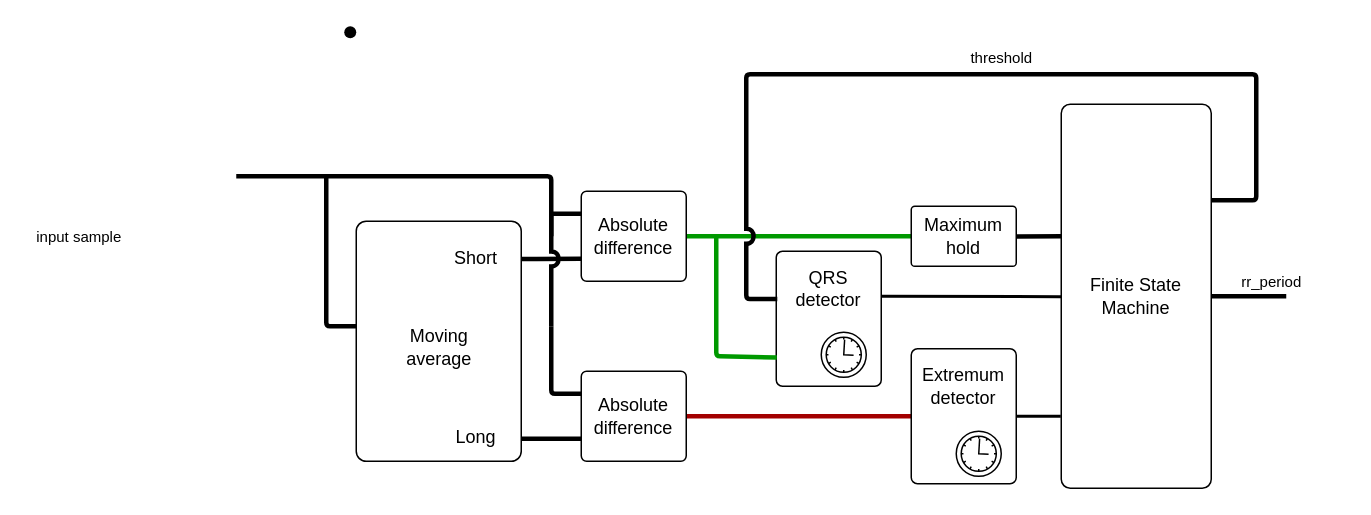
Before: doc/drawio_diagrams/RPD_algorithm.drawio in jmat97/RPD22, a draw.io diagram. Source tidied: cells renumbered, new cells numbered last; positions are measured from the earlier drawing's top-left corner, leaving out a move shared by most shapes. Both pictures are drawn from the tidied source at 150%, with x=0, y=0 at pixel (26, 26).
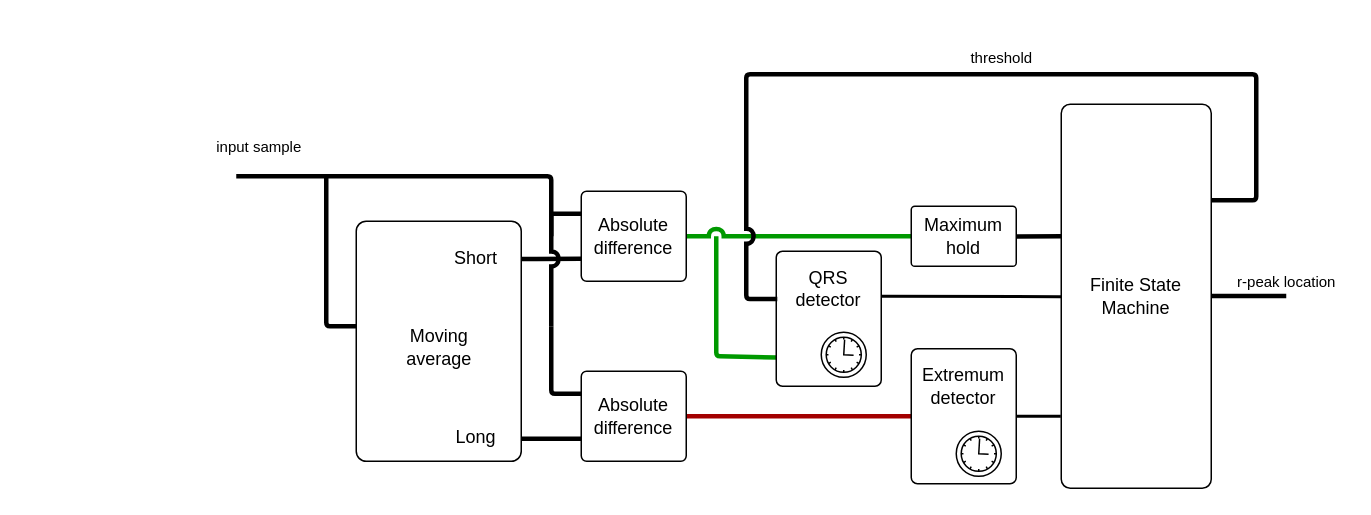
After the change.

Unchanged cells that the change refers to:
```xml
<mxCell id="12" value="QRS detector" style="rounded=1;whiteSpace=wrap;html=1;spacingBottom=40;arcSize=6;" parent="1" vertex="1">
  <mxGeometry x="500" y="150" width="70" height="90" as="geometry" />
</mxCell>
```

Diff of the diagram source:
```diff
@@
+    <mxCell id="25" style="endArrow=none;html=1;strokeWidth=3;rounded=1;exitX=0.005;exitY=0.787;exitDx=0;exitDy=0;exitPerimeter=0;strokeColor=#009900;arcSize=5;" parent="1" edge="1" source="12">
+      <mxGeometry relative="1" as="geometry">
+        <mxPoint x="460" y="140" as="targetPoint" />
+        <Array as="points">
+          <mxPoint x="460" y="220" />
+        </Array>
+      </mxGeometry>
+    </mxCell>
@@
-    <mxCell id="18" style="endArrow=none;html=1;strokeWidth=3;arcSize=5;" parent="1" edge="1">
+    <mxCell id="18" style="endArrow=none;html=1;strokeWidth=3;arcSize=5;startArrow=none;startFill=0;" parent="1" edge="1">
       <mxGeometry relative="1" as="geometry">
         <mxPoint x="140" y="100" as="sourcePoint" />
         <mxPoint x="350" y="140" as="targetPoint" />
         <Array as="points">
           <mxPoint x="350" y="100" />
         </Array>
       </mxGeometry>
     </mxCell>
-    <mxCell id="19" style="ellipse;whiteSpace=wrap;html=1;strokeColor=none;fillColor=#000000;" parent="1" vertex="1">
-      <mxGeometry x="212" width="8" height="8" as="geometry" />
-    </mxCell>
@@
-    <mxCell id="25" style="endArrow=none;html=1;strokeWidth=3;rounded=1;exitX=0.005;exitY=0.787;exitDx=0;exitDy=0;exitPerimeter=0;strokeColor=#009900;arcSize=5;" parent="1" edge="1" source="12">
-      <mxGeometry relative="1" as="geometry">
-        <mxPoint x="460" y="140" as="targetPoint" />
-        <Array as="points">
-          <mxPoint x="460" y="220" />
-        </Array>
-      </mxGeometry>
-    </mxCell>
     <mxCell id="26" style="endArrow=none;html=1;strokeWidth=3;" parent="1" edge="1">
       <mxGeometry relative="1" as="geometry">
-        <mxPoint x="790" y="180" as="sourcePoint" />
-        <mxPoint x="840" y="180" as="targetPoint" />
+        <mxPoint x="790" y="179.8" as="sourcePoint" />
+        <mxPoint x="840" y="179.8" as="targetPoint" />
+        <Array as="points">
+          <mxPoint x="810" y="179.8" />
+        </Array>
       </mxGeometry>
     </mxCell>
@@
     <mxCell id="28" value="input sample" style="text;html=1;align=center;verticalAlign=middle;strokeColor=none;fillColor=none;fontSize=10;fontColor=#000000;" parent="1" vertex="1">
-      <mxGeometry y="130" width="70" height="20" as="geometry" />
+      <mxGeometry x="120" y="70" width="70" height="20" as="geometry" />
     </mxCell>
-    <mxCell id="29" value="rr_period" style="text;html=1;align=center;verticalAlign=middle;strokeColor=none;fillColor=none;fontSize=10;fontColor=#000000;" parent="1" vertex="1">
-      <mxGeometry x="800" y="160" width="60" height="20" as="geometry" />
+    <mxCell id="29" value="r-peak location" style="text;html=1;align=center;verticalAlign=middle;strokeColor=none;fillColor=none;fontSize=10;fontColor=#000000;" parent="1" vertex="1">
+      <mxGeometry x="800" y="160" width="80" height="20" as="geometry" />
     </mxCell>
```
